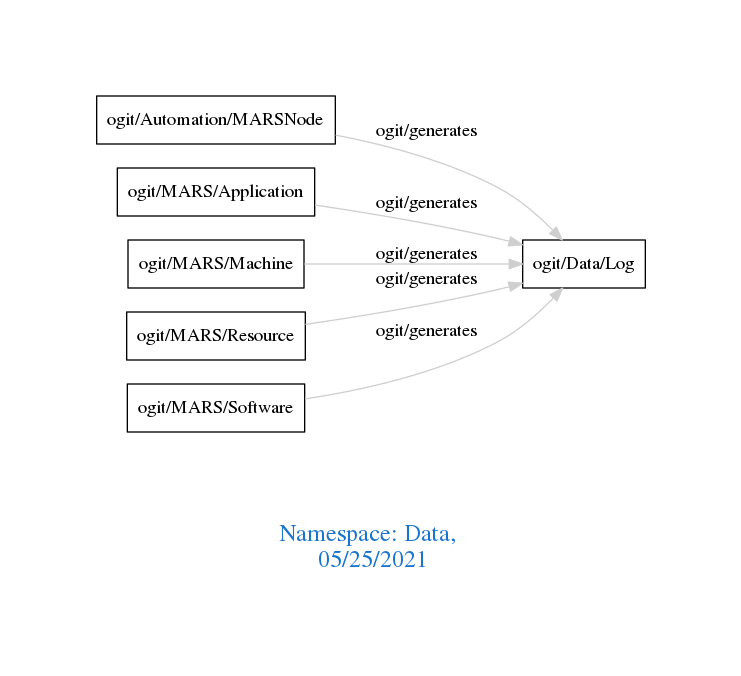
Earlier version of the Graphviz export downloads/Data.png (arago/OGIT). Its source is kept beside it as downloads/Data.dot.
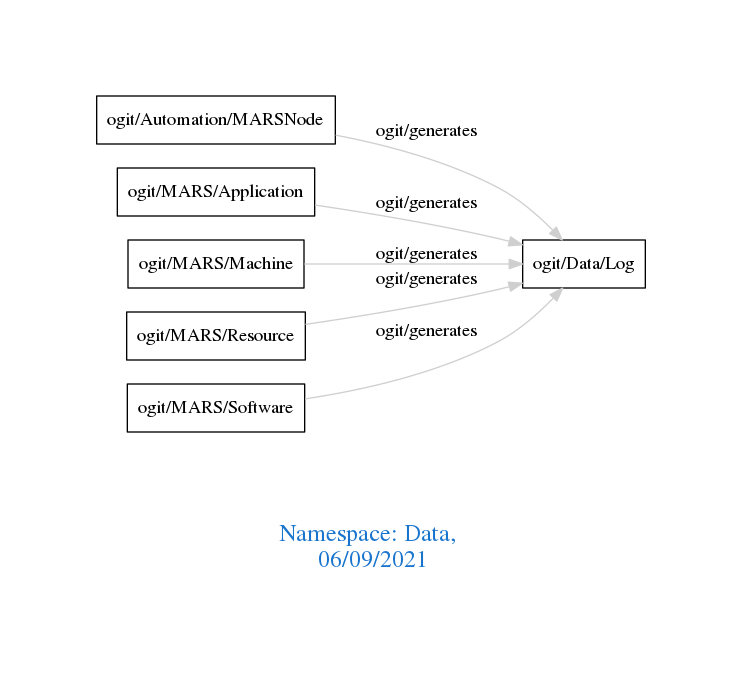
The same diagram one commit later.

Change to the diagram source:
```diff
@@ -1,7 +1,7 @@
 digraph OGIT_ontology {
  graph [ rankdir= LR,pad=1
 fontsize = 18,
-fontcolor= dodgerblue3,label = "\n\n\nNamespace: Data, \n 05/25/2021"];
+fontcolor= dodgerblue3,label = "\n\n\nNamespace: Data, \n 06/09/2021"];
 node[shape=polygon];
 edge [  color="gray81"];
 
```
